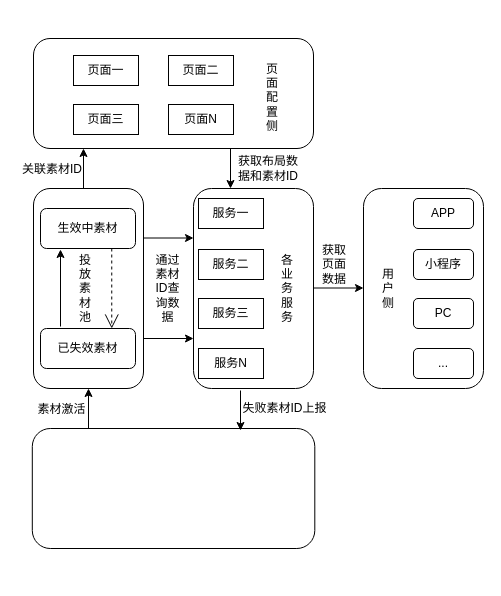
wushenchao/dro keeps this draw.io diagram as page "第 1 页" (1 of 2) of 自动激活方案.drawio. Above is the earlier version. Source tidied: cells renumbered, new cells numbered last; positions are measured from the earlier drawing's top-left corner, leaving out a move shared by most shapes. Both pictures are drawn from the tidied source at 100%, with x=0, y=0 at pixel (17, 17).
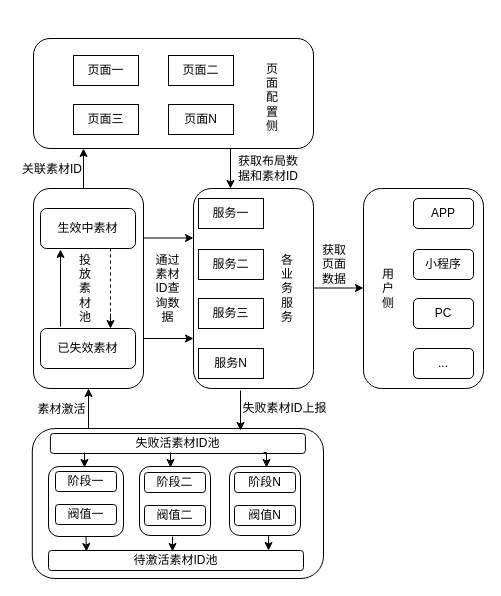
The same diagram, later.

Commit message:
更新自动激活方案.drawio

The change refers to these unchanged cells:
```xml
<mxCell id="4" value="生效中素材" style="rounded=1;whiteSpace=wrap;html=1;" parent="1" vertex="1">
  <mxGeometry x="23" y="191" width="95" height="40" as="geometry" />
</mxCell>
<mxCell id="5" value="已失效素材" style="rounded=1;whiteSpace=wrap;html=1;" parent="1" vertex="1">
  <mxGeometry x="23" y="311" width="95" height="40" as="geometry" />
</mxCell>
```

The edit, as a diff of the source:
```diff
@@
     <mxCell id="33" style="rounded=1;whiteSpace=wrap;html=1;" parent="1" vertex="1">
-      <mxGeometry x="14.8" y="411" width="282.5" height="120" as="geometry" />
+      <mxGeometry x="14.8" y="411" width="291.2" height="150" as="geometry" />
     </mxCell>
@@
-    <mxCell id="37" style="endArrow=open;endSize=12;dashed=1;html=1;rounded=0;entryX=0.75;entryY=0;entryDx=0;entryDy=0;exitX=0.75;exitY=1;exitDx=0;exitDy=0;" parent="1" edge="1" source="4" target="5">
-      <mxGeometry relative="1" as="geometry" />
-    </mxCell>
@@
+    <mxCell id="40" style="edgeStyle=orthogonalEdgeStyle;rounded=0;jettySize=auto;html=1;exitX=0.5;exitY=1;exitDx=0;exitDy=0;entryX=0.149;entryY=0.05;entryDx=0;entryDy=0;entryPerimeter=0;" parent="1" edge="1" source="41" target="51">
+      <mxGeometry relative="1" as="geometry" />
+    </mxCell>
+    <mxCell id="41" style="rounded=1;whiteSpace=wrap;html=1;" parent="1" vertex="1">
+      <mxGeometry x="31" y="449" width="75" height="70" as="geometry" />
+    </mxCell>
+    <mxCell id="42" value="阶段一" style="rounded=1;whiteSpace=wrap;html=1;" parent="1" vertex="1">
+      <mxGeometry x="38" y="454" width="61" height="20" as="geometry" />
+    </mxCell>
+    <mxCell id="43" value="阀值一" style="rounded=1;whiteSpace=wrap;html=1;" parent="1" vertex="1">
+      <mxGeometry x="38" y="487" width="61" height="20" as="geometry" />
+    </mxCell>
+    <mxCell id="44" style="rounded=1;whiteSpace=wrap;html=1;" parent="1" vertex="1">
+      <mxGeometry x="122" y="449" width="71" height="69" as="geometry" />
+    </mxCell>
+    <mxCell id="45" value="阶段二" style="rounded=1;whiteSpace=wrap;html=1;" parent="1" vertex="1">
+      <mxGeometry x="127" y="455" width="61" height="20" as="geometry" />
+    </mxCell>
+    <mxCell id="46" value="阀值二" style="rounded=1;whiteSpace=wrap;html=1;" parent="1" vertex="1">
+      <mxGeometry x="127" y="488" width="61" height="20" as="geometry" />
+    </mxCell>
+    <mxCell id="47" style="edgeStyle=orthogonalEdgeStyle;rounded=0;jettySize=auto;html=1;exitX=0.5;exitY=1;exitDx=0;exitDy=0;entryX=0.863;entryY=0;entryDx=0;entryDy=0;entryPerimeter=0;" parent="1" edge="1" source="48" target="51">
+      <mxGeometry relative="1" as="geometry" />
+    </mxCell>
+    <mxCell id="48" style="rounded=1;whiteSpace=wrap;html=1;" parent="1" vertex="1">
+      <mxGeometry x="212" y="449" width="71" height="69" as="geometry" />
+    </mxCell>
+    <mxCell id="49" value="阶段N" style="rounded=1;whiteSpace=wrap;html=1;" parent="1" vertex="1">
+      <mxGeometry x="217" y="455" width="61" height="20" as="geometry" />
+    </mxCell>
+    <mxCell id="50" value="阀值N" style="rounded=1;whiteSpace=wrap;html=1;" parent="1" vertex="1">
+      <mxGeometry x="217" y="488" width="61" height="20" as="geometry" />
+    </mxCell>
+    <mxCell id="51" value="待激活素材ID池" style="rounded=1;whiteSpace=wrap;html=1;" parent="1" vertex="1">
+      <mxGeometry x="31" y="533" width="255" height="20" as="geometry" />
+    </mxCell>
+    <mxCell id="52" value="失败活素材ID池" style="rounded=1;whiteSpace=wrap;html=1;" parent="1" vertex="1">
+      <mxGeometry x="32.9" y="416" width="255" height="20" as="geometry" />
+    </mxCell>
+    <mxCell id="53" style="edgeStyle=orthogonalEdgeStyle;rounded=0;orthogonalLoop=1;jettySize=auto;html=1;exitX=0.5;exitY=1;exitDx=0;exitDy=0;entryX=0.149;entryY=0.05;entryDx=0;entryDy=0;entryPerimeter=0;" parent="1" edge="1">
+      <mxGeometry relative="1" as="geometry">
+        <mxPoint x="155" y="519" as="sourcePoint" />
+        <mxPoint x="155" y="534" as="targetPoint" />
+      </mxGeometry>
+    </mxCell>
+    <mxCell id="54" style="edgeStyle=orthogonalEdgeStyle;rounded=0;orthogonalLoop=1;jettySize=auto;html=1;exitX=0.5;exitY=1;exitDx=0;exitDy=0;entryX=0.149;entryY=0.05;entryDx=0;entryDy=0;entryPerimeter=0;" parent="1" edge="1">
+      <mxGeometry relative="1" as="geometry">
+        <mxPoint x="67" y="435" as="sourcePoint" />
+        <mxPoint x="67" y="450" as="targetPoint" />
+      </mxGeometry>
+    </mxCell>
+    <mxCell id="55" style="edgeStyle=orthogonalEdgeStyle;rounded=0;orthogonalLoop=1;jettySize=auto;html=1;exitX=0.5;exitY=1;exitDx=0;exitDy=0;entryX=0.863;entryY=0;entryDx=0;entryDy=0;entryPerimeter=0;" parent="1" edge="1">
+      <mxGeometry relative="1" as="geometry">
+        <mxPoint x="246" y="435" as="sourcePoint" />
+        <mxPoint x="249" y="450" as="targetPoint" />
+      </mxGeometry>
+    </mxCell>
+    <mxCell id="56" style="edgeStyle=orthogonalEdgeStyle;rounded=0;orthogonalLoop=1;jettySize=auto;html=1;exitX=0.5;exitY=1;exitDx=0;exitDy=0;entryX=0.149;entryY=0.05;entryDx=0;entryDy=0;entryPerimeter=0;" parent="1" edge="1">
+      <mxGeometry relative="1" as="geometry">
+        <mxPoint x="153" y="435" as="sourcePoint" />
+        <mxPoint x="153" y="450" as="targetPoint" />
+      </mxGeometry>
+    </mxCell>
+    <mxCell id="57" style="endArrow=none;dashed=1;html=1;rounded=0;" parent="1" edge="1">
+      <mxGeometry relative="1" as="geometry">
+        <mxPoint x="93" y="300" as="sourcePoint" />
+        <mxPoint x="93" y="231" as="targetPoint" />
+      </mxGeometry>
+    </mxCell>
+    <mxCell id="58" style="edgeStyle=orthogonalEdgeStyle;rounded=0;orthogonalLoop=1;jettySize=auto;html=1;exitX=0.5;exitY=1;exitDx=0;exitDy=0;entryX=0.149;entryY=0.05;entryDx=0;entryDy=0;entryPerimeter=0;" parent="1" edge="1">
+      <mxGeometry relative="1" as="geometry">
+        <mxPoint x="93" y="296" as="sourcePoint" />
+        <mxPoint x="93" y="311" as="targetPoint" />
+      </mxGeometry>
+    </mxCell>
```
